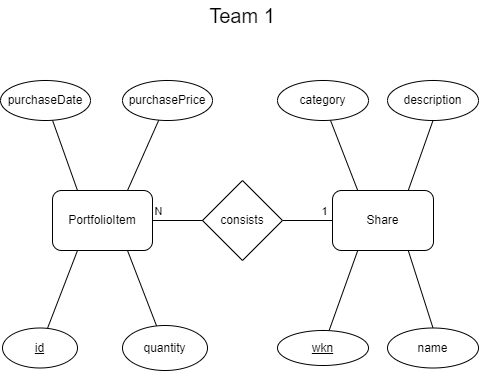
This is ER Diagramm Sprint2 Team1.drawio.png from VakZok/financial_assets_portfolio, a draw.io export, as it was before one commit. Source tidied: cells renumbered, new cells last; positions are measured from the earlier drawing's top-left corner, leaving out a move shared by most shapes.
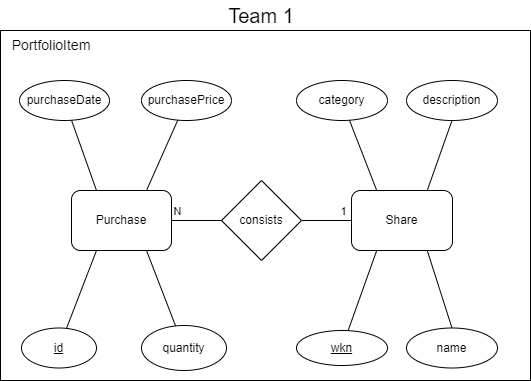
Later version of the same file.

Diff of the diagram source:
```diff
@@ -1,4 +1,4 @@
-<mxGraphModel>
+<mxGraphModel background="#ffffff">
   <root>
     <mxCell id="0" />
     <mxCell id="1" parent="0" />
@@ -44,7 +44,7 @@
     <mxCell id="13" style="edgeStyle=orthogonalEdgeStyle;rounded=0;jettySize=auto;html=1;exitX=1;exitY=0.5;exitDx=0;exitDy=0;entryX=0;entryY=0.5;entryDx=0;entryDy=0;endArrow=none;endFill=0;" parent="1" edge="1" source="14" target="8">
       <mxGeometry relative="1" as="geometry" />
     </mxCell>
-    <mxCell id="14" value="PortfolioItem" style="rounded=1;whiteSpace=wrap;html=1;" parent="1" vertex="1">
+    <mxCell id="14" value="Purchase" style="rounded=1;whiteSpace=wrap;html=1;" parent="1" vertex="1">
       <mxGeometry x="52" y="190" width="100" height="60" as="geometry" />
     </mxCell>
     <mxCell id="15" style="rounded=0;jettySize=auto;html=1;entryX=0.75;entryY=0;entryDx=0;entryDy=0;endArrow=none;endFill=0;strokeColor=#000000;" parent="1" edge="1" source="16" target="14">
@@ -83,5 +83,11 @@
     <mxCell id="26" value="&lt;div&gt;&lt;span style=&quot;background-color: initial;&quot;&gt;Team 1&lt;/span&gt;&lt;br&gt;&lt;/div&gt;" style="text;html=1;strokeColor=none;fillColor=none;align=center;verticalAlign=middle;whiteSpace=wrap;rounded=0;fontSize=20;" parent="1" vertex="1">
       <mxGeometry x="72" width="340" height="30" as="geometry" />
     </mxCell>
+    <mxCell id="27" style="rounded=0;whiteSpace=wrap;html=1;fillColor=none;align=left;" parent="1" vertex="1">
+      <mxGeometry x="-19" y="30" width="530" height="350" as="geometry" />
+    </mxCell>
+    <mxCell id="28" value="PortfolioItem" style="text;html=1;strokeColor=none;fillColor=none;align=center;verticalAlign=middle;whiteSpace=wrap;rounded=0;fontSize=14;" parent="1" vertex="1">
+      <mxGeometry x="-8" y="30" width="80" height="30" as="geometry" />
+    </mxCell>
   </root>
 </mxGraphModel>
```
